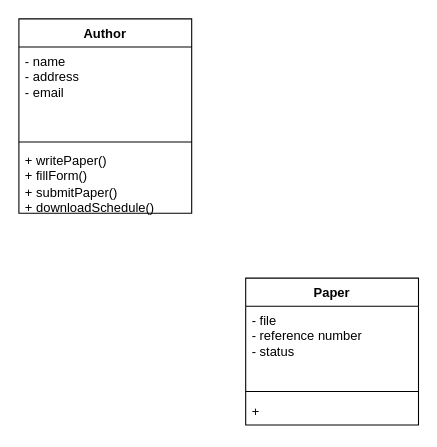
This is tuto3q4re.drawio from justn0thinghere/drawio, a draw.io file, before an edit. Source tidied: cells renumbered, new cells numbered last; positions are measured from the earlier drawing's top-left corner, leaving out a move shared by most shapes. Both pictures are drawn from the tidied source at 108%, with x=0, y=0 at pixel (18, 18).
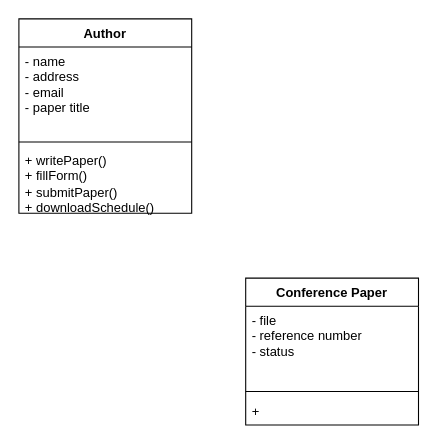
The same diagram, later.

Change to the diagram source:
```diff
@@
 <mxGraphModel>
   <root>
     <mxCell id="0" />
     <mxCell id="1" parent="0" />
     <mxCell id="2" value="Author" style="swimlane;fontStyle=1;align=center;verticalAlign=top;horizontal=1;startSize=26;whiteSpace=wrap;html=1;" parent="1" vertex="1">
       <mxGeometry width="160" height="180" as="geometry" />
     </mxCell>
-    <mxCell id="3" value="&lt;div&gt;- name&lt;/div&gt;- address&lt;div&gt;- email&lt;/div&gt;" style="text;strokeColor=none;fillColor=none;align=left;verticalAlign=top;spacingLeft=4;spacingRight=4;overflow=hidden;whiteSpace=wrap;html=1;" parent="2" vertex="1">
+    <mxCell id="3" value="&lt;div&gt;- name&lt;/div&gt;- address&lt;div&gt;- email&lt;/div&gt;&lt;div&gt;- paper title&lt;/div&gt;" style="text;strokeColor=none;fillColor=none;align=left;verticalAlign=top;spacingLeft=4;spacingRight=4;overflow=hidden;whiteSpace=wrap;html=1;" parent="2" vertex="1">
       <mxGeometry y="26" width="160" height="84" as="geometry" />
     </mxCell>
     <mxCell id="4" style="line;strokeWidth=1;fillColor=none;align=left;verticalAlign=middle;spacingTop=-1;spacingLeft=3;spacingRight=3;labelPosition=right;strokeColor=inherit;" parent="2" vertex="1">
       <mxGeometry y="110" width="160" height="8" as="geometry" />
     </mxCell>
     <mxCell id="5" value="+ writePaper()&lt;div&gt;+ fillForm()&lt;/div&gt;&lt;div&gt;+ submitPaper()&lt;/div&gt;&lt;div&gt;+ downloadSchedule()&lt;/div&gt;" style="text;strokeColor=none;fillColor=none;align=left;verticalAlign=top;spacingLeft=4;spacingRight=4;overflow=hidden;whiteSpace=wrap;html=1;" parent="2" vertex="1">
       <mxGeometry y="118" width="160" height="62" as="geometry" />
     </mxCell>
-    <mxCell id="6" value="Paper" style="swimlane;fontStyle=1;align=center;verticalAlign=top;horizontal=1;startSize=26;whiteSpace=wrap;html=1;" parent="1" vertex="1">
+    <mxCell id="6" value="Conference Paper" style="swimlane;fontStyle=1;align=center;verticalAlign=top;horizontal=1;startSize=26;whiteSpace=wrap;html=1;" parent="1" vertex="1">
       <mxGeometry x="210" y="240" width="160" height="136" as="geometry" />
     </mxCell>
     <mxCell id="7" value="- file&lt;div&gt;- reference number&lt;br&gt;&lt;div&gt;- status&lt;/div&gt;&lt;/div&gt;" style="text;strokeColor=none;fillColor=none;align=left;verticalAlign=top;spacingLeft=4;spacingRight=4;overflow=hidden;whiteSpace=wrap;html=1;" parent="6" vertex="1">
       <mxGeometry y="26" width="160" height="74" as="geometry" />
     </mxCell>
     <mxCell id="8" style="line;strokeWidth=1;fillColor=none;align=left;verticalAlign=middle;spacingTop=-1;spacingLeft=3;spacingRight=3;labelPosition=right;strokeColor=inherit;" parent="6" vertex="1">
       <mxGeometry y="100" width="160" height="10" as="geometry" />
     </mxCell>
     <mxCell id="9" value="+&amp;nbsp;" style="text;strokeColor=none;fillColor=none;align=left;verticalAlign=top;spacingLeft=4;spacingRight=4;overflow=hidden;whiteSpace=wrap;html=1;" parent="6" vertex="1">
       <mxGeometry y="110" width="160" height="26" as="geometry" />
     </mxCell>
   </root>
 </mxGraphModel>
```
